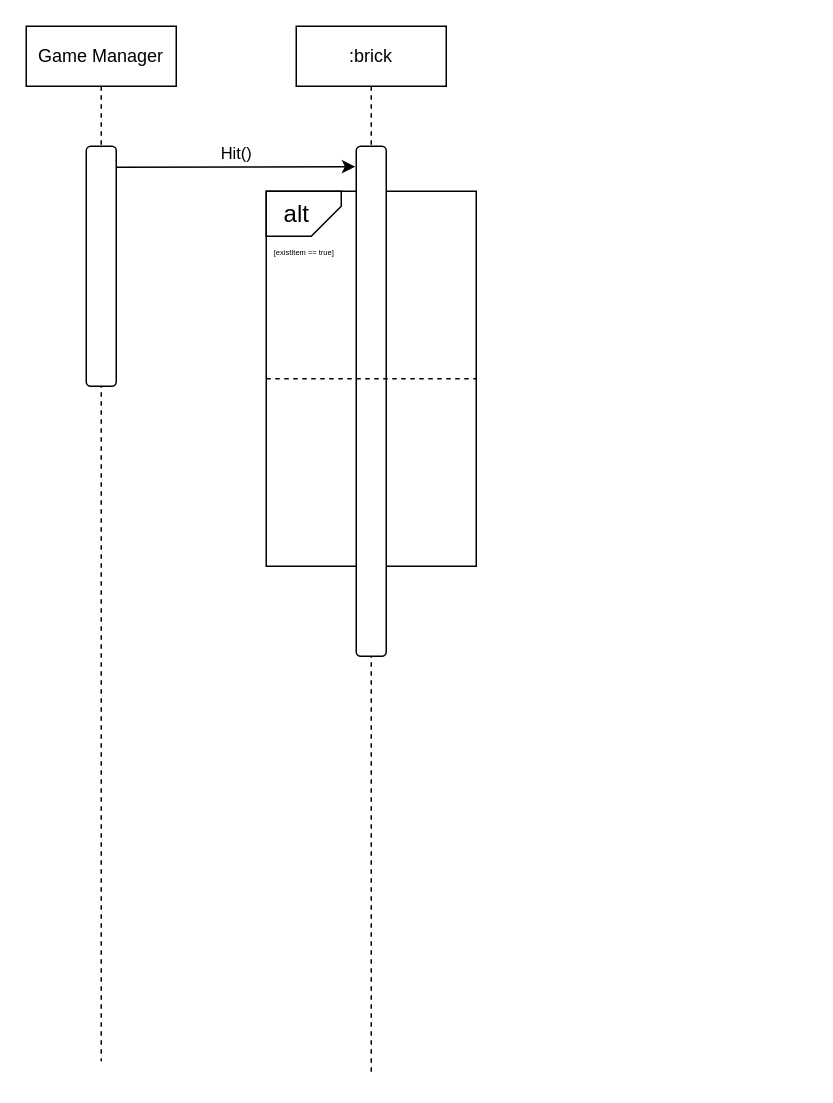
This is ball.drawio from YunDamin/DrawIO, a draw.io file, before an edit. Source tidied: cells renumbered, new cells numbered last; positions are measured from the earlier drawing's top-left corner, leaving out a move shared by most shapes. Both pictures are drawn from the tidied source at 150%, with x=0, y=0 at pixel (26, 26).
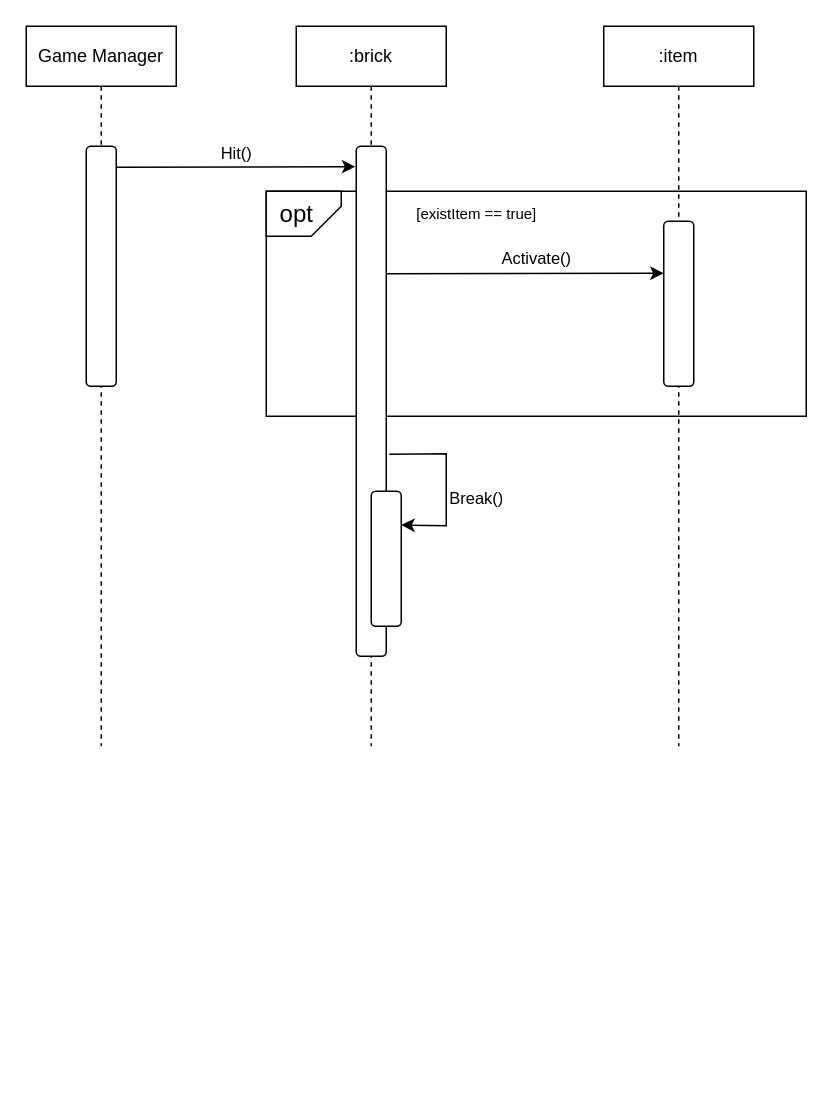
After the change.

The change refers to these unchanged cells:
```xml
<mxCell id="6" style="rounded=1;whiteSpace=wrap;html=1;" parent="1" vertex="1">
  <mxGeometry x="220" y="80" width="20" height="340" as="geometry" />
</mxCell>
```

The edit, as a diff of the source:
```diff
@@
     <mxCell id="2" style="rounded=0;whiteSpace=wrap;html=1;" parent="1" vertex="1">
-      <mxGeometry x="160" y="110" width="140" height="250" as="geometry" />
+      <mxGeometry x="160" y="110" width="360" height="150" as="geometry" />
     </mxCell>
     <mxCell id="3" value="Game Manager" style="shape=umlLifeline;perimeter=lifelinePerimeter;whiteSpace=wrap;html=1;newEdgeStyle={&quot;edgeStyle&quot;:&quot;elbowEdgeStyle&quot;,&quot;elbow&quot;:&quot;vertical&quot;,&quot;curved&quot;:0,&quot;rounded&quot;:0};" parent="1" vertex="1">
-      <mxGeometry width="100" height="690" as="geometry" />
+      <mxGeometry width="100" height="480" as="geometry" />
     </mxCell>
     <mxCell id="4" value=":brick" style="shape=umlLifeline;perimeter=lifelinePerimeter;whiteSpace=wrap;html=1;newEdgeStyle={&quot;edgeStyle&quot;:&quot;elbowEdgeStyle&quot;,&quot;elbow&quot;:&quot;vertical&quot;,&quot;curved&quot;:0,&quot;rounded&quot;:0};" parent="1" vertex="1">
-      <mxGeometry x="180" width="100" height="700" as="geometry" />
+      <mxGeometry x="180" width="100" height="480" as="geometry" />
     </mxCell>
@@
-    <mxCell id="10" value="alt" style="text;html=1;align=center;verticalAlign=middle;strokeColor=none;fillColor=none;fontSize=16;" parent="1" vertex="1">
-      <mxGeometry x="160" y="110" width="40" height="30" as="geometry" />
+    <mxCell id="10" value="opt" style="text;html=1;align=center;verticalAlign=middle;strokeColor=none;fillColor=none;fontSize=16;" parent="1" vertex="1">
+      <mxGeometry x="155" y="110" width="50" height="30" as="geometry" />
     </mxCell>
-    <mxCell id="11" style="endArrow=none;dashed=1;html=1;rounded=0;exitX=0;exitY=0.5;exitDx=0;exitDy=0;entryX=1;entryY=0.5;entryDx=0;entryDy=0;" parent="1" edge="1" source="2" target="2">
-      <mxGeometry relative="1" as="geometry" />
-    </mxCell>
-    <mxCell id="12" value="[existItem == true]" style="text;html=1;align=center;verticalAlign=middle;strokeColor=none;fillColor=none;fontSize=5;" parent="1" vertex="1">
-      <mxGeometry x="155" y="140" width="60" height="20" as="geometry" />
+    <mxCell id="12" value="[existItem == true]" style="text;html=1;align=center;verticalAlign=middle;strokeColor=none;fillColor=none;fontSize=10;" parent="1" vertex="1">
+      <mxGeometry x="250" y="110" width="100" height="30" as="geometry" />
     </mxCell>
+    <mxCell id="13" value=":item" style="shape=umlLifeline;perimeter=lifelinePerimeter;whiteSpace=wrap;html=1;newEdgeStyle={&quot;edgeStyle&quot;:&quot;elbowEdgeStyle&quot;,&quot;elbow&quot;:&quot;vertical&quot;,&quot;curved&quot;:0,&quot;rounded&quot;:0};" parent="1" vertex="1">
+      <mxGeometry x="385" width="100" height="480" as="geometry" />
+    </mxCell>
+    <mxCell id="14" style="rounded=1;whiteSpace=wrap;html=1;" parent="1" vertex="1">
+      <mxGeometry x="425" y="130" width="20" height="110" as="geometry" />
+    </mxCell>
+    <mxCell id="15" style="endArrow=classic;html=1;rounded=0;exitX=1;exitY=0.25;exitDx=0;exitDy=0;entryX=-0.003;entryY=0.315;entryDx=0;entryDy=0;entryPerimeter=0;" parent="1" edge="1" source="6" target="14">
+      <mxGeometry relative="1" as="geometry" />
+    </mxCell>
+    <mxCell id="16" value="Activate()" style="text;html=1;align=center;verticalAlign=middle;strokeColor=none;fillColor=none;fontSize=11;" parent="1" vertex="1">
+      <mxGeometry x="305" y="140" width="70" height="30" as="geometry" />
+    </mxCell>
+    <mxCell id="17" style="rounded=1;whiteSpace=wrap;html=1;" parent="1" vertex="1">
+      <mxGeometry x="230" y="310" width="20" height="90" as="geometry" />
+    </mxCell>
+    <mxCell id="18" style="endArrow=classic;html=1;rounded=0;exitX=1.1;exitY=0.604;exitDx=0;exitDy=0;exitPerimeter=0;entryX=1;entryY=0.25;entryDx=0;entryDy=0;" parent="1" edge="1" source="6" target="17">
+      <mxGeometry relative="1" as="geometry">
+        <Array as="points">
+          <mxPoint x="280" y="285" />
+          <mxPoint x="280" y="333" />
+        </Array>
+      </mxGeometry>
+    </mxCell>
+    <mxCell id="19" value="Break()" style="text;html=1;align=center;verticalAlign=middle;strokeColor=none;fillColor=none;fontSize=11;" parent="1" vertex="1">
+      <mxGeometry x="270" y="300" width="60" height="30" as="geometry" />
+    </mxCell>
```
